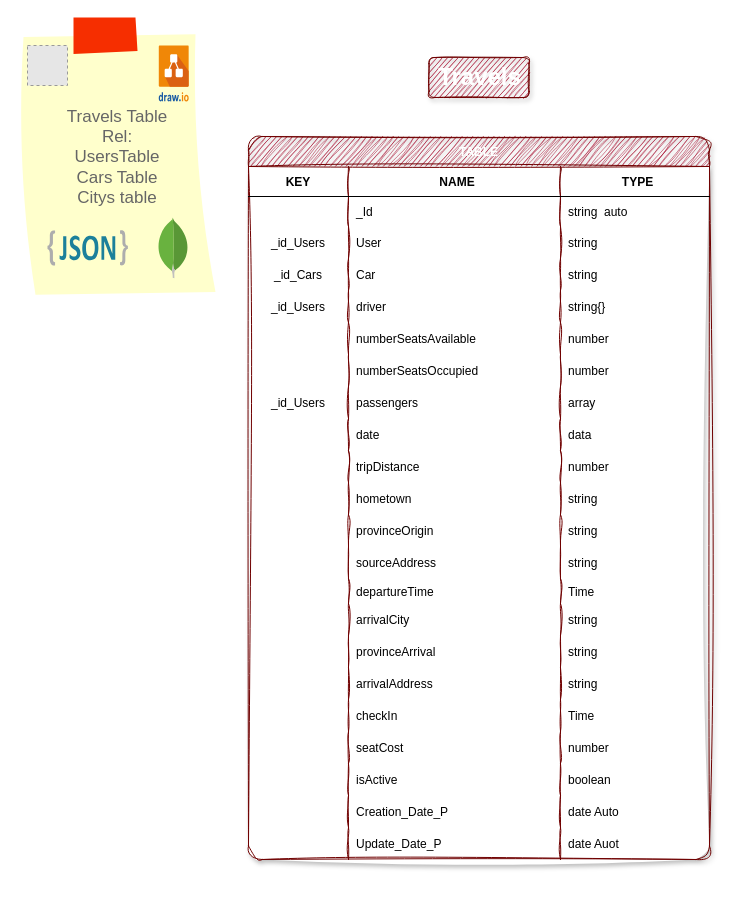
Above: page "Travels" (5 of 9) of server/diseños/EstructuraDB.drawio in No-Country-simulation/c17-29-n-node (draw.io), before the change. Source tidied: cells renumbered, new cells numbered last; positions are measured from the earlier drawing's top-left corner, leaving out a move shared by most shapes. Both pictures are drawn from the tidied source at 100%, with x=0, y=0 at pixel (17, 17). Pictures stored in the file or linked from it are replaced by grey dashed boxes.
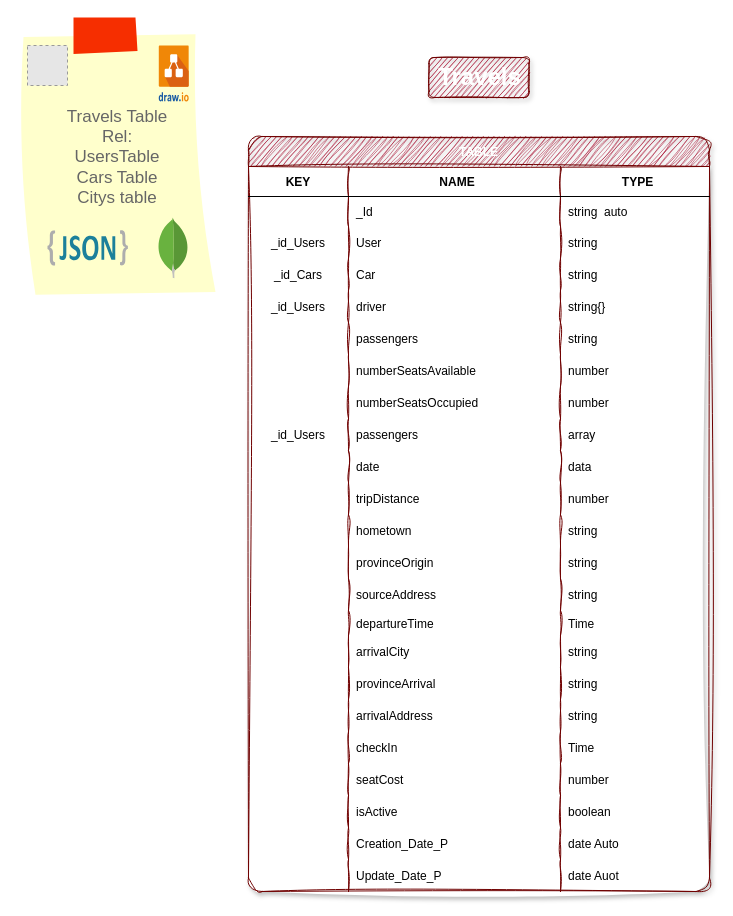
The same page after the edit.

The edit, as a diff of the source:
```diff
@@
     <mxCell id="2" value="TABLE" style="shape=table;startSize=30;childLayout=tableLayout;rowLines=0;fontStyle=1;align=center;swimlaneFillColor=default;fillColor=#a20025;fontColor=#ffffff;strokeColor=#6F0000;sketch=1;curveFitting=1;jiggle=2;swimlaneLine=1;rounded=1;shadow=1;" parent="1" vertex="1">
-      <mxGeometry x="231" y="119" width="461" height="723" as="geometry" />
+      <mxGeometry x="231" y="119" width="461" height="755" as="geometry" />
     </mxCell>
@@
+    <mxCell id="98" style="shape=tableRow;horizontal=0;startSize=0;swimlaneHead=0;swimlaneBody=0;fillColor=none;top=0;left=0;right=0;bottom=0;" parent="2" vertex="1">
+      <mxGeometry y="186" width="461" height="32" as="geometry" />
+    </mxCell>
+    <mxCell id="99" style="shape=partialRectangle;fillColor=none;top=0;left=0;bottom=0;right=0;overflow=hidden;" parent="98" vertex="1">
+      <mxGeometry width="100" height="32" as="geometry" />
+    </mxCell>
+    <mxCell id="100" value="passengers" style="shape=partialRectangle;fillColor=none;top=0;left=0;bottom=0;right=0;align=left;spacingLeft=6;overflow=hidden;" parent="98" vertex="1">
+      <mxGeometry x="100" width="212" height="32" as="geometry" />
+    </mxCell>
+    <mxCell id="101" value="string" style="shape=partialRectangle;fillColor=none;top=0;left=0;bottom=0;right=0;align=left;spacingLeft=6;overflow=hidden;" parent="98" vertex="1">
+      <mxGeometry x="312" width="149" height="32" as="geometry" />
+    </mxCell>
     <mxCell id="23" style="shape=tableRow;horizontal=0;startSize=0;swimlaneHead=0;swimlaneBody=0;fillColor=none;top=0;left=0;right=0;bottom=0;" parent="2" vertex="1">
-      <mxGeometry y="186" width="461" height="32" as="geometry" />
+      <mxGeometry y="218" width="461" height="32" as="geometry" />
     </mxCell>
@@
     <mxCell id="27" style="shape=tableRow;horizontal=0;startSize=0;swimlaneHead=0;swimlaneBody=0;fillColor=none;top=0;left=0;right=0;bottom=0;" parent="2" vertex="1">
-      <mxGeometry y="218" width="461" height="32" as="geometry" />
+      <mxGeometry y="250" width="461" height="32" as="geometry" />
     </mxCell>
@@
     <mxCell id="31" style="shape=tableRow;horizontal=0;startSize=0;swimlaneHead=0;swimlaneBody=0;fillColor=none;top=0;left=0;right=0;bottom=0;" parent="2" vertex="1">
-      <mxGeometry y="250" width="461" height="32" as="geometry" />
+      <mxGeometry y="282" width="461" height="32" as="geometry" />
     </mxCell>
@@
     <mxCell id="35" style="shape=tableRow;horizontal=0;startSize=0;swimlaneHead=0;swimlaneBody=0;fillColor=none;top=0;left=0;right=0;bottom=0;" parent="2" vertex="1">
-      <mxGeometry y="282" width="461" height="32" as="geometry" />
+      <mxGeometry y="314" width="461" height="32" as="geometry" />
     </mxCell>
@@
     <mxCell id="39" style="shape=tableRow;horizontal=0;startSize=0;swimlaneHead=0;swimlaneBody=0;fillColor=none;top=0;left=0;right=0;bottom=0;" parent="2" vertex="1">
-      <mxGeometry y="314" width="461" height="32" as="geometry" />
+      <mxGeometry y="346" width="461" height="32" as="geometry" />
     </mxCell>
@@
     <mxCell id="43" style="shape=tableRow;horizontal=0;startSize=0;swimlaneHead=0;swimlaneBody=0;fillColor=none;top=0;left=0;right=0;bottom=0;" parent="2" vertex="1">
-      <mxGeometry y="346" width="461" height="32" as="geometry" />
+      <mxGeometry y="378" width="461" height="32" as="geometry" />
     </mxCell>
@@
     <mxCell id="47" style="shape=tableRow;horizontal=0;startSize=0;swimlaneHead=0;swimlaneBody=0;fillColor=none;top=0;left=0;right=0;bottom=0;" parent="2" vertex="1">
-      <mxGeometry y="378" width="461" height="32" as="geometry" />
+      <mxGeometry y="410" width="461" height="32" as="geometry" />
     </mxCell>
@@
     <mxCell id="51" style="shape=tableRow;horizontal=0;startSize=0;swimlaneHead=0;swimlaneBody=0;fillColor=none;top=0;left=0;right=0;bottom=0;" parent="2" vertex="1">
-      <mxGeometry y="410" width="461" height="32" as="geometry" />
+      <mxGeometry y="442" width="461" height="32" as="geometry" />
     </mxCell>
@@
     <mxCell id="55" style="shape=tableRow;horizontal=0;startSize=0;swimlaneHead=0;swimlaneBody=0;fillColor=none;top=0;left=0;right=0;bottom=0;" parent="2" vertex="1">
-      <mxGeometry y="442" width="461" height="25" as="geometry" />
+      <mxGeometry y="474" width="461" height="25" as="geometry" />
     </mxCell>
@@
     <mxCell id="59" style="shape=tableRow;horizontal=0;startSize=0;swimlaneHead=0;swimlaneBody=0;fillColor=none;top=0;left=0;right=0;bottom=0;" parent="2" vertex="1">
-      <mxGeometry y="467" width="461" height="32" as="geometry" />
+      <mxGeometry y="499" width="461" height="32" as="geometry" />
     </mxCell>
@@
     <mxCell id="63" style="shape=tableRow;horizontal=0;startSize=0;swimlaneHead=0;swimlaneBody=0;fillColor=none;top=0;left=0;right=0;bottom=0;" parent="2" vertex="1">
-      <mxGeometry y="499" width="461" height="32" as="geometry" />
+      <mxGeometry y="531" width="461" height="32" as="geometry" />
     </mxCell>
@@
     <mxCell id="67" style="shape=tableRow;horizontal=0;startSize=0;swimlaneHead=0;swimlaneBody=0;fillColor=none;top=0;left=0;right=0;bottom=0;" parent="2" vertex="1">
-      <mxGeometry y="531" width="461" height="32" as="geometry" />
+      <mxGeometry y="563" width="461" height="32" as="geometry" />
     </mxCell>
@@
     <mxCell id="71" style="shape=tableRow;horizontal=0;startSize=0;swimlaneHead=0;swimlaneBody=0;fillColor=none;top=0;left=0;right=0;bottom=0;" parent="2" vertex="1">
-      <mxGeometry y="563" width="461" height="32" as="geometry" />
+      <mxGeometry y="595" width="461" height="32" as="geometry" />
     </mxCell>
@@
     <mxCell id="75" style="shape=tableRow;horizontal=0;startSize=0;swimlaneHead=0;swimlaneBody=0;fillColor=none;top=0;left=0;right=0;bottom=0;" parent="2" vertex="1">
-      <mxGeometry y="595" width="461" height="32" as="geometry" />
+      <mxGeometry y="627" width="461" height="32" as="geometry" />
     </mxCell>
@@
     <mxCell id="79" style="shape=tableRow;horizontal=0;startSize=0;swimlaneHead=0;swimlaneBody=0;fillColor=none;top=0;left=0;right=0;bottom=0;" parent="2" vertex="1">
-      <mxGeometry y="627" width="461" height="32" as="geometry" />
+      <mxGeometry y="659" width="461" height="32" as="geometry" />
     </mxCell>
@@
     <mxCell id="83" style="shape=tableRow;horizontal=0;startSize=0;swimlaneHead=0;swimlaneBody=0;fillColor=none;top=0;left=0;right=0;bottom=0;" parent="2" vertex="1">
-      <mxGeometry y="659" width="461" height="32" as="geometry" />
+      <mxGeometry y="691" width="461" height="32" as="geometry" />
     </mxCell>
@@
     <mxCell id="87" style="shape=tableRow;horizontal=0;startSize=0;swimlaneHead=0;swimlaneBody=0;fillColor=none;top=0;left=0;right=0;bottom=0;" parent="2" vertex="1">
-      <mxGeometry y="691" width="461" height="32" as="geometry" />
+      <mxGeometry y="723" width="461" height="32" as="geometry" />
     </mxCell>
```
